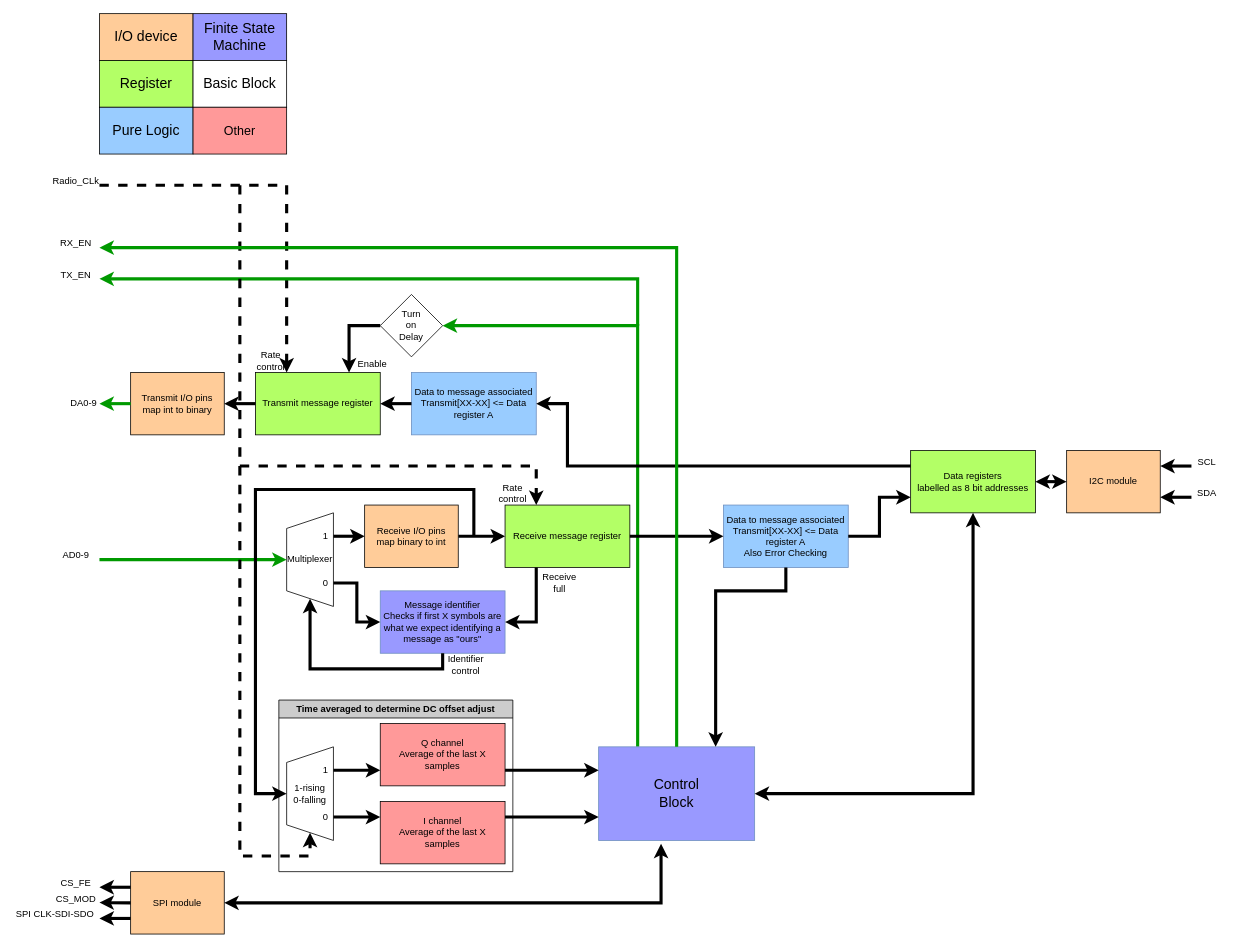
The draw.io diagram COMMS_software_blockdiagram.drawio in UMDBPP/COMMS, before the edit. Source tidied: cells renumbered, new cells numbered last; positions are measured from the earlier drawing's top-left corner, leaving out a move shared by most shapes. Both pictures are drawn from the tidied source at 78%, with x=0, y=0 at pixel (13, 13).
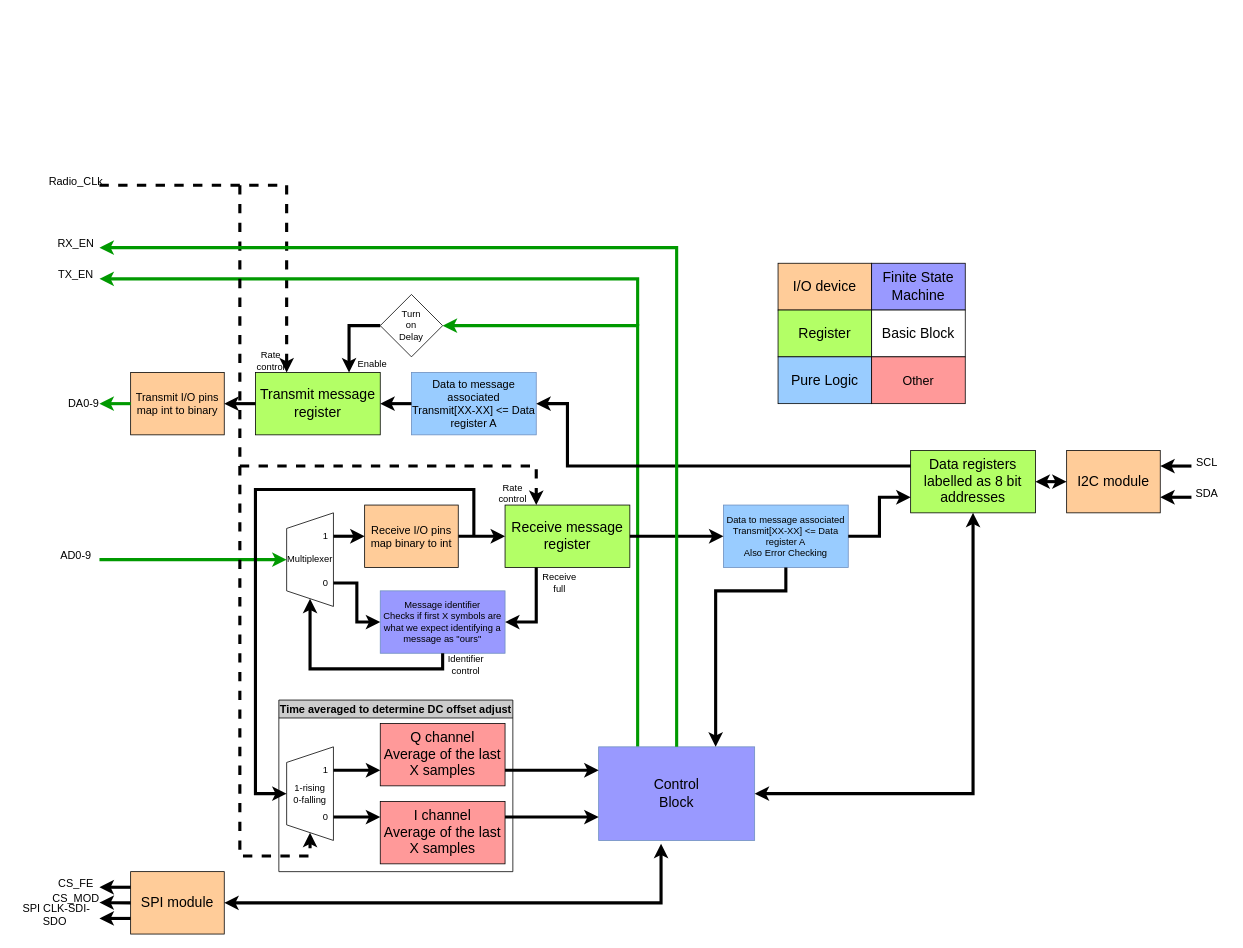
The same diagram, later.

Diff of the diagram source:
```diff
@@
-    <mxCell id="2" value="Transmit I/O pins&lt;br&gt;map int to binary" style="rounded=0;whiteSpace=wrap;html=1;fillColor=#FFCC99;rotation=0;" parent="1" vertex="1">
+    <mxCell id="2" value="&lt;font style=&quot;font-size: 14px;&quot;&gt;Transmit I/O pins&lt;br&gt;map int to binary&lt;/font&gt;" style="rounded=0;whiteSpace=wrap;html=1;fillColor=#FFCC99;rotation=0;" parent="1" vertex="1">
       <mxGeometry x="150" y="460" width="120" height="80" as="geometry" />
     </mxCell>
@@
-    <mxCell id="4" value="DA0-9" style="text;html=1;strokeColor=none;fillColor=none;align=center;verticalAlign=middle;whiteSpace=wrap;rounded=0;" parent="1" vertex="1">
+    <mxCell id="4" value="&lt;font style=&quot;font-size: 14px;&quot;&gt;DA0-9&lt;/font&gt;" style="text;html=1;strokeColor=none;fillColor=none;align=center;verticalAlign=middle;whiteSpace=wrap;rounded=0;" parent="1" vertex="1">
       <mxGeometry x="60" y="485" width="60" height="30" as="geometry" />
     </mxCell>
@@
-    <mxCell id="6" value="AD0-9" style="text;html=1;strokeColor=none;fillColor=none;align=center;verticalAlign=middle;whiteSpace=wrap;rounded=0;" parent="1" vertex="1">
+    <mxCell id="6" value="&lt;font style=&quot;font-size: 14px;&quot;&gt;AD0-9&lt;/font&gt;" style="text;html=1;strokeColor=none;fillColor=none;align=center;verticalAlign=middle;whiteSpace=wrap;rounded=0;" parent="1" vertex="1">
       <mxGeometry x="50" y="680" width="60" height="30" as="geometry" />
     </mxCell>
-    <mxCell id="7" value="Transmit message register" style="rounded=0;whiteSpace=wrap;html=1;fillColor=#B3FF66;" parent="1" vertex="1">
+    <mxCell id="7" value="&lt;font style=&quot;font-size: 18px;&quot;&gt;Transmit message register&lt;/font&gt;" style="rounded=0;whiteSpace=wrap;html=1;fillColor=#B3FF66;" parent="1" vertex="1">
       <mxGeometry x="310" y="460" width="160" height="80" as="geometry" />
     </mxCell>
@@
-    <mxCell id="13" value="Radio_CLk" style="text;html=1;strokeColor=none;fillColor=none;align=center;verticalAlign=middle;whiteSpace=wrap;rounded=0;" parent="1" vertex="1">
+    <mxCell id="13" value="&lt;font style=&quot;font-size: 14px;&quot;&gt;Radio_CLk&lt;/font&gt;" style="text;html=1;strokeColor=none;fillColor=none;align=center;verticalAlign=middle;whiteSpace=wrap;rounded=0;" parent="1" vertex="1">
       <mxGeometry x="50" y="200" width="60" height="30" as="geometry" />
     </mxCell>
-    <mxCell id="14" value="TX_EN" style="text;html=1;strokeColor=none;fillColor=none;align=center;verticalAlign=middle;whiteSpace=wrap;rounded=0;" parent="1" vertex="1">
+    <mxCell id="14" value="&lt;font style=&quot;font-size: 14px;&quot;&gt;TX_EN&lt;/font&gt;" style="text;html=1;strokeColor=none;fillColor=none;align=center;verticalAlign=middle;whiteSpace=wrap;rounded=0;" parent="1" vertex="1">
       <mxGeometry x="50" y="320" width="60" height="30" as="geometry" />
     </mxCell>
@@
-    <mxCell id="16" value="I2C module" style="rounded=0;whiteSpace=wrap;html=1;fillColor=#FFCC99;rotation=0;" parent="1" vertex="1">
+    <mxCell id="16" value="&lt;font style=&quot;font-size: 18px;&quot;&gt;I2C module&lt;/font&gt;" style="rounded=0;whiteSpace=wrap;html=1;fillColor=#FFCC99;rotation=0;" parent="1" vertex="1">
       <mxGeometry x="1350" y="560" width="120" height="80" as="geometry" />
     </mxCell>
-    <mxCell id="17" value="Data registers&lt;br&gt;labelled as 8 bit addresses" style="rounded=0;whiteSpace=wrap;html=1;fillColor=#B3FF66;" parent="1" vertex="1">
+    <mxCell id="17" value="&lt;font style=&quot;font-size: 18px;&quot;&gt;Data registers&lt;br&gt;labelled as 8 bit addresses&lt;/font&gt;" style="rounded=0;whiteSpace=wrap;html=1;fillColor=#B3FF66;" parent="1" vertex="1">
       <mxGeometry x="1150" y="560" width="160" height="80" as="geometry" />
     </mxCell>
@@
-    <mxCell id="20" value="SDA" style="text;html=1;strokeColor=none;fillColor=none;align=center;verticalAlign=middle;whiteSpace=wrap;rounded=0;" parent="1" vertex="1">
+    <mxCell id="20" value="&lt;font style=&quot;font-size: 14px;&quot;&gt;SDA&lt;/font&gt;" style="text;html=1;strokeColor=none;fillColor=none;align=center;verticalAlign=middle;whiteSpace=wrap;rounded=0;" parent="1" vertex="1">
       <mxGeometry x="1500" y="600" width="60" height="30" as="geometry" />
     </mxCell>
-    <mxCell id="21" value="SCL" style="text;html=1;strokeColor=none;fillColor=none;align=center;verticalAlign=middle;whiteSpace=wrap;rounded=0;" parent="1" vertex="1">
+    <mxCell id="21" value="&lt;font style=&quot;font-size: 14px;&quot;&gt;SCL&lt;/font&gt;" style="text;html=1;strokeColor=none;fillColor=none;align=center;verticalAlign=middle;whiteSpace=wrap;rounded=0;" parent="1" vertex="1">
       <mxGeometry x="1500" y="560" width="60" height="30" as="geometry" />
     </mxCell>
@@
-    <mxCell id="23" value="Receive message register" style="rounded=0;whiteSpace=wrap;html=1;fillColor=#B3FF66;" parent="1" vertex="1">
+    <mxCell id="23" value="&lt;font style=&quot;font-size: 18px;&quot;&gt;Receive message register&lt;/font&gt;" style="rounded=0;whiteSpace=wrap;html=1;fillColor=#B3FF66;" parent="1" vertex="1">
       <mxGeometry x="630" y="630" width="160" height="80" as="geometry" />
     </mxCell>
@@
-    <mxCell id="25" value="RX_EN" style="text;html=1;strokeColor=none;fillColor=none;align=center;verticalAlign=middle;whiteSpace=wrap;rounded=0;" parent="1" vertex="1">
+    <mxCell id="25" value="&lt;font style=&quot;font-size: 14px;&quot;&gt;RX_EN&lt;/font&gt;" style="text;html=1;strokeColor=none;fillColor=none;align=center;verticalAlign=middle;whiteSpace=wrap;rounded=0;" parent="1" vertex="1">
       <mxGeometry x="50" y="280" width="60" height="30" as="geometry" />
     </mxCell>
-    <mxCell id="26" value="Data to message associated&lt;br&gt;Transmit[XX-XX] &amp;lt;= Data register A" style="rounded=0;whiteSpace=wrap;html=1;fillColor=#99CCFF;strokeColor=#6c8ebf;" parent="1" vertex="1">
+    <mxCell id="26" value="&lt;font style=&quot;font-size: 14px;&quot;&gt;Data to message associated&lt;br&gt;Transmit[XX-XX] &amp;lt;= Data register A&lt;/font&gt;" style="rounded=0;whiteSpace=wrap;html=1;fillColor=#99CCFF;strokeColor=#6c8ebf;" parent="1" vertex="1">
       <mxGeometry x="510" y="460" width="160" height="80" as="geometry" />
     </mxCell>
@@
     <mxCell id="38" value="&lt;font style=&quot;font-size: 18px;&quot;&gt;I/O device&lt;/font&gt;" style="rounded=0;whiteSpace=wrap;html=1;fillColor=#FFCC99;" parent="1" vertex="1">
-      <mxGeometry x="110" width="120" height="60" as="geometry" />
+      <mxGeometry x="980" y="320" width="120" height="60" as="geometry" />
     </mxCell>
     <mxCell id="39" value="&lt;font style=&quot;font-size: 18px;&quot;&gt;Register&lt;/font&gt;" style="rounded=0;whiteSpace=wrap;html=1;fillColor=#B3FF66;" parent="1" vertex="1">
-      <mxGeometry x="110" y="60" width="120" height="60" as="geometry" />
+      <mxGeometry x="980" y="380" width="120" height="60" as="geometry" />
     </mxCell>
     <mxCell id="40" value="&lt;font style=&quot;font-size: 18px;&quot;&gt;Pure Logic&lt;/font&gt;" style="rounded=0;whiteSpace=wrap;html=1;fillColor=#99CCFF;" parent="1" vertex="1">
-      <mxGeometry x="110" y="120" width="120" height="60" as="geometry" />
+      <mxGeometry x="980" y="440" width="120" height="60" as="geometry" />
     </mxCell>
     <mxCell id="41" value="&lt;font style=&quot;font-size: 18px;&quot;&gt;Finite State&lt;br&gt;Machine&lt;/font&gt;" style="rounded=0;whiteSpace=wrap;html=1;fillColor=#9999FF;" parent="1" vertex="1">
-      <mxGeometry x="230" width="120" height="60" as="geometry" />
+      <mxGeometry x="1100" y="320" width="120" height="60" as="geometry" />
     </mxCell>
@@
     <mxCell id="47" value="&lt;font style=&quot;font-size: 18px;&quot;&gt;Basic Block&lt;/font&gt;" style="rounded=0;whiteSpace=wrap;html=1;" parent="1" vertex="1">
-      <mxGeometry x="230" y="60" width="120" height="60" as="geometry" />
+      <mxGeometry x="1100" y="380" width="120" height="60" as="geometry" />
     </mxCell>
@@
     <mxCell id="52" value="&lt;font size=&quot;3&quot;&gt;Other&lt;/font&gt;" style="rounded=0;whiteSpace=wrap;html=1;fillColor=#FF9999;" parent="1" vertex="1">
-      <mxGeometry x="230" y="120" width="120" height="60" as="geometry" />
+      <mxGeometry x="1100" y="440" width="120" height="60" as="geometry" />
     </mxCell>
-    <mxCell id="53" value="Q channel&lt;br&gt;Average of the last X samples" style="rounded=0;whiteSpace=wrap;html=1;fillColor=#FF9999;" parent="1" vertex="1">
+    <mxCell id="53" value="&lt;font style=&quot;font-size: 18px;&quot;&gt;Q channel&lt;br&gt;Average of the last X samples&lt;/font&gt;" style="rounded=0;whiteSpace=wrap;html=1;fillColor=#FF9999;" parent="1" vertex="1">
       <mxGeometry x="470" y="910" width="160" height="80" as="geometry" />
     </mxCell>
@@
-    <mxCell id="58" value="I channel&lt;br&gt;Average of the last X samples" style="rounded=0;whiteSpace=wrap;html=1;fillColor=#FF9999;" parent="1" vertex="1">
+    <mxCell id="58" value="&lt;font style=&quot;font-size: 18px;&quot;&gt;I channel&lt;br&gt;Average of the last X samples&lt;/font&gt;" style="rounded=0;whiteSpace=wrap;html=1;fillColor=#FF9999;" parent="1" vertex="1">
       <mxGeometry x="470" y="1010" width="160" height="80" as="geometry" />
     </mxCell>
@@
-    <mxCell id="62" value="SPI module" style="rounded=0;whiteSpace=wrap;html=1;fillColor=#FFCC99;rotation=0;" parent="1" vertex="1">
+    <mxCell id="62" value="&lt;font style=&quot;font-size: 18px;&quot;&gt;SPI module&lt;/font&gt;" style="rounded=0;whiteSpace=wrap;html=1;fillColor=#FFCC99;rotation=0;" parent="1" vertex="1">
       <mxGeometry x="150" y="1100" width="120" height="80" as="geometry" />
     </mxCell>
@@
-    <mxCell id="68" value="CS_FE" style="text;html=1;strokeColor=none;fillColor=none;align=center;verticalAlign=middle;whiteSpace=wrap;rounded=0;" parent="1" vertex="1">
+    <mxCell id="68" value="&lt;font style=&quot;font-size: 14px;&quot;&gt;CS_FE&lt;/font&gt;" style="text;html=1;strokeColor=none;fillColor=none;align=center;verticalAlign=middle;whiteSpace=wrap;rounded=0;" parent="1" vertex="1">
       <mxGeometry x="50" y="1100" width="60" height="30" as="geometry" />
     </mxCell>
-    <mxCell id="69" value="CS_MOD" style="text;html=1;strokeColor=none;fillColor=none;align=center;verticalAlign=middle;whiteSpace=wrap;rounded=0;" parent="1" vertex="1">
+    <mxCell id="69" value="&lt;font style=&quot;font-size: 14px;&quot;&gt;CS_MOD&lt;/font&gt;" style="text;html=1;strokeColor=none;fillColor=none;align=center;verticalAlign=middle;whiteSpace=wrap;rounded=0;" parent="1" vertex="1">
       <mxGeometry x="50" y="1120" width="60" height="30" as="geometry" />
     </mxCell>
-    <mxCell id="70" value="SPI CLK-SDI-SDO&amp;nbsp;" style="text;html=1;strokeColor=none;fillColor=none;align=center;verticalAlign=middle;whiteSpace=wrap;rounded=0;" parent="1" vertex="1">
+    <mxCell id="70" value="&lt;font style=&quot;font-size: 14px;&quot;&gt;SPI CLK-SDI-SDO&amp;nbsp;&lt;/font&gt;" style="text;html=1;strokeColor=none;fillColor=none;align=center;verticalAlign=middle;whiteSpace=wrap;rounded=0;" parent="1" vertex="1">
       <mxGeometry y="1140" width="110" height="30" as="geometry" />
     </mxCell>
@@
-    <mxCell id="74" value="Time averaged to determine DC offset adjust" style="swimlane;whiteSpace=wrap;html=1;fillColor=#CCCCCC;strokeColor=#000000;" parent="1" vertex="1">
+    <mxCell id="74" value="&lt;font style=&quot;font-size: 14px;&quot;&gt;Time averaged to determine DC offset adjust&lt;/font&gt;" style="swimlane;whiteSpace=wrap;html=1;fillColor=#CCCCCC;strokeColor=#000000;" parent="1" vertex="1">
       <mxGeometry x="340" y="880" width="300" height="220" as="geometry" />
     </mxCell>
@@
-    <mxCell id="76" value="Receive I/O pins&lt;br&gt;map binary to int" style="rounded=0;whiteSpace=wrap;html=1;fillColor=#FFCC99;rotation=0;" parent="1" vertex="1">
+    <mxCell id="76" value="&lt;font style=&quot;font-size: 14px;&quot;&gt;Receive I/O pins&lt;br&gt;map binary to int&lt;/font&gt;" style="rounded=0;whiteSpace=wrap;html=1;fillColor=#FFCC99;rotation=0;" parent="1" vertex="1">
       <mxGeometry x="450" y="630" width="120" height="80" as="geometry" />
     </mxCell>
```
